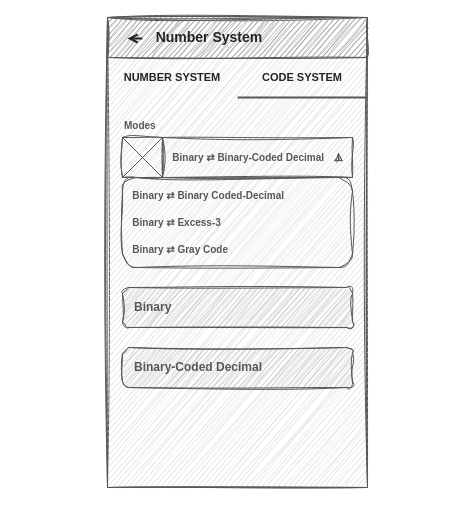
dans609/diagrams_net keeps this draw.io diagram as page "Menu Sistem Kode" (2 of 2) of Wireframe fitur sistem bilangan.drawio. Above is the earlier version. Source tidied: cells renumbered, new cells numbered last; positions are measured from the earlier drawing's top-left corner, leaving out a move shared by most shapes. Both pictures are drawn from the tidied source at 100%, with x=0, y=0 at pixel (107, 17).
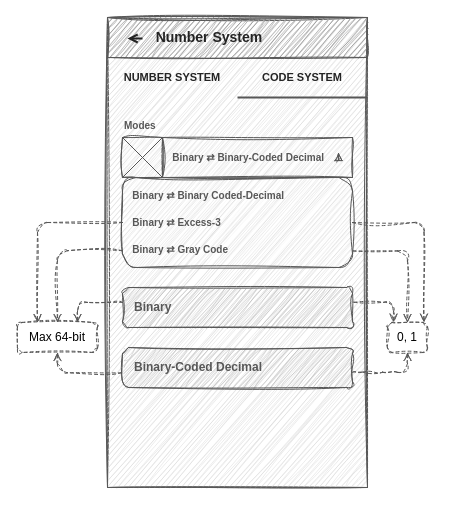
The same diagram, later.

Commit message:
Add description about the content

Unchanged cells that the change refers to:
```xml
<mxCell id="11" value="&lt;font color=&quot;#575757&quot;&gt;&amp;nbsp; &amp;nbsp;Binary&lt;/font&gt;" style="text;strokeColor=#575757;align=left;fillColor=#BABABA;html=1;verticalAlign=middle;whiteSpace=wrap;rounded=1;fontStyle=1;fontSize=12;shadow=0;sketch=1;curveFitting=1;jiggle=2;fontFamily=Helvetica;fontColor=#242424;" parent="3" vertex="1">
  <mxGeometry x="15" y="270" width="230" height="40" as="geometry" />
</mxCell>
<mxCell id="12" value="&lt;font color=&quot;#575757&quot;&gt;&amp;nbsp; &amp;nbsp;Binary-Coded Decimal&lt;/font&gt;" style="text;strokeColor=#575757;align=left;fillColor=#BABABA;html=1;verticalAlign=middle;whiteSpace=wrap;rounded=1;fontStyle=1;fontSize=12;shadow=0;sketch=1;curveFitting=1;jiggle=2;fontFamily=Helvetica;fontColor=#242424;" parent="3" vertex="1">
  <mxGeometry x="15" y="330" width="230" height="40" as="geometry" />
</mxCell>
<mxCell id="22" value="&lt;p style=&quot;line-height: 270%;&quot;&gt;&lt;font color=&quot;#575757&quot;&gt;&amp;nbsp; &amp;nbsp;Binary&amp;nbsp;⇄ Binary Coded-Decimal&lt;br&gt;&amp;nbsp; &amp;nbsp;Binary&amp;nbsp;⇄ Excess-3&lt;br&gt;&amp;nbsp; &amp;nbsp;Binary&amp;nbsp;⇄ Gray Code&lt;br&gt;&lt;/font&gt;&lt;/p&gt;" style="text;strokeColor=#575757;align=left;fillColor=#f5f5f5;html=1;verticalAlign=middle;whiteSpace=wrap;rounded=1;fontStyle=1;fontSize=10;shadow=0;sketch=1;curveFitting=1;jiggle=2;fontFamily=Helvetica;fontColor=#333333;glass=0;" parent="14" vertex="1">
  <mxGeometry y="40" width="230" height="90" as="geometry" />
</mxCell>
```

What changed in the source:
```diff
@@
+    <mxCell id="23" value="Max 64-bit" style="text;strokeColor=#575757;align=center;fillColor=default;html=1;verticalAlign=middle;whiteSpace=wrap;rounded=1;dashed=1;sketch=1;curveFitting=1;jiggle=2;" parent="1" vertex="1">
+      <mxGeometry x="-90" y="305" width="80" height="30" as="geometry" />
+    </mxCell>
+    <mxCell id="24" style="edgeStyle=orthogonalEdgeStyle;rounded=1;jettySize=auto;html=1;exitX=0;exitY=0.372;exitDx=0;exitDy=0;entryX=0.75;entryY=0;entryDx=0;entryDy=0;exitPerimeter=0;strokeColor=#575757;endArrow=open;endFill=0;sketch=1;curveFitting=1;jiggle=2;dashed=1;" parent="1" edge="1" source="11" target="23">
+      <mxGeometry relative="1" as="geometry" />
+    </mxCell>
+    <mxCell id="25" style="edgeStyle=orthogonalEdgeStyle;rounded=1;jettySize=auto;html=1;exitX=-0.005;exitY=0.632;exitDx=0;exitDy=0;entryX=0.5;entryY=1;entryDx=0;entryDy=0;exitPerimeter=0;strokeColor=#575757;endArrow=open;endFill=0;sketch=1;curveFitting=1;jiggle=2;dashed=1;" parent="1" edge="1" source="12" target="23">
+      <mxGeometry relative="1" as="geometry" />
+    </mxCell>
+    <mxCell id="26" value="0, 1" style="text;strokeColor=#575757;align=center;fillColor=default;html=1;verticalAlign=middle;whiteSpace=wrap;rounded=1;dashed=1;sketch=1;curveFitting=1;jiggle=2;" parent="1" vertex="1">
+      <mxGeometry x="280" y="305" width="40" height="30" as="geometry" />
+    </mxCell>
+    <mxCell id="27" style="edgeStyle=orthogonalEdgeStyle;rounded=1;jettySize=auto;html=1;exitX=1.006;exitY=0.369;exitDx=0;exitDy=0;entryX=0.15;entryY=-0.013;entryDx=0;entryDy=0;exitPerimeter=0;strokeColor=#575757;endArrow=open;endFill=0;sketch=1;curveFitting=1;jiggle=2;dashed=1;entryPerimeter=0;" parent="1" edge="1" source="11" target="26">
+      <mxGeometry relative="1" as="geometry" />
+    </mxCell>
+    <mxCell id="28" style="edgeStyle=orthogonalEdgeStyle;rounded=1;jettySize=auto;html=1;exitX=1.001;exitY=0.615;exitDx=0;exitDy=0;entryX=0.5;entryY=1;entryDx=0;entryDy=0;exitPerimeter=0;strokeColor=#575757;endArrow=open;endFill=0;sketch=1;curveFitting=1;jiggle=2;dashed=1;" parent="1" edge="1" source="12" target="26">
+      <mxGeometry relative="1" as="geometry" />
+    </mxCell>
+    <mxCell id="29" style="edgeStyle=orthogonalEdgeStyle;rounded=1;jettySize=auto;html=1;exitX=0;exitY=0.5;exitDx=0;exitDy=0;entryX=0.25;entryY=0;entryDx=0;entryDy=0;strokeColor=#575757;dashed=1;endArrow=open;endFill=0;sketch=1;curveFitting=1;jiggle=2;" parent="1" edge="1" source="22" target="23">
+      <mxGeometry relative="1" as="geometry" />
+    </mxCell>
+    <mxCell id="30" style="edgeStyle=orthogonalEdgeStyle;rounded=1;jettySize=auto;html=1;exitX=-0.001;exitY=0.813;exitDx=0;exitDy=0;entryX=0.5;entryY=0;entryDx=0;entryDy=0;exitPerimeter=0;strokeColor=#575757;dashed=1;endArrow=open;endFill=0;sketch=1;curveFitting=1;jiggle=2;" parent="1" edge="1" source="22" target="23">
+      <mxGeometry relative="1" as="geometry" />
+    </mxCell>
+    <mxCell id="31" style="edgeStyle=orthogonalEdgeStyle;rounded=1;jettySize=auto;html=1;entryX=0.912;entryY=-0.013;entryDx=0;entryDy=0;entryPerimeter=0;strokeColor=#575757;dashed=1;endArrow=open;endFill=0;sketch=1;curveFitting=1;jiggle=2;" parent="1" edge="1" source="22" target="26">
+      <mxGeometry relative="1" as="geometry" />
+    </mxCell>
+    <mxCell id="32" style="edgeStyle=orthogonalEdgeStyle;rounded=1;jettySize=auto;html=1;exitX=1.003;exitY=0.816;exitDx=0;exitDy=0;entryX=0.5;entryY=0;entryDx=0;entryDy=0;exitPerimeter=0;strokeColor=#575757;dashed=1;endArrow=open;endFill=0;sketch=1;curveFitting=1;jiggle=2;" parent="1" edge="1" source="22" target="26">
+      <mxGeometry relative="1" as="geometry" />
+    </mxCell>
```
